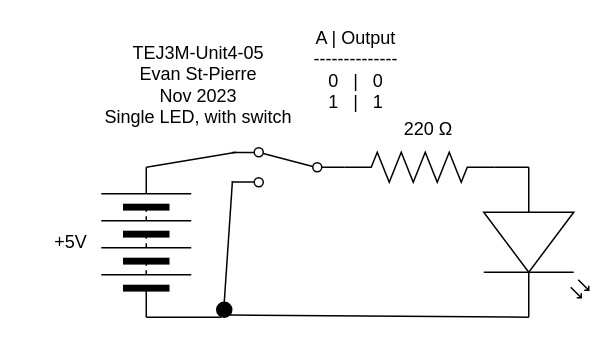
Evan-St-Pierre/TEJ3M-Unit4 keeps this draw.io diagram as Unit4-05/Unit4-05.drawio. Above is the earlier version. Source tidied: cells renumbered, new cells numbered last; positions are measured from the earlier drawing's top-left corner, leaving out a move shared by most shapes. Both pictures are drawn from the tidied source at 150%, with x=0, y=0 at pixel (26, 32).
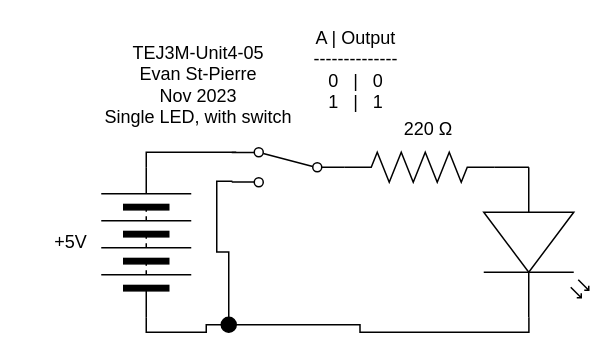
The same page after the edit.

What changed in the source:
```diff
@@
 <mxGraphModel>
   <root>
     <mxCell id="0" />
     <mxCell id="1" parent="0" />
     <mxCell id="2" style="edgeStyle=none;html=1;exitX=1;exitY=0.5;exitDx=0;exitDy=0;exitPerimeter=0;entryX=0;entryY=0.57;entryDx=0;entryDy=0;entryPerimeter=0;endArrow=none;endFill=0;" parent="1" edge="1" source="3" target="4">
       <mxGeometry relative="1" as="geometry" />
     </mxCell>
     <mxCell id="3" style="verticalLabelPosition=bottom;shadow=0;dashed=0;align=center;html=1;verticalAlign=top;shape=mxgraph.electrical.resistors.resistor_2;" parent="1" vertex="1">
       <mxGeometry x="212" y="80" width="100" height="20" as="geometry" />
     </mxCell>
     <mxCell id="4" style="verticalLabelPosition=bottom;shadow=0;dashed=0;align=center;html=1;verticalAlign=top;shape=mxgraph.electrical.opto_electronics.led_2;rotation=90;" parent="1" vertex="1">
       <mxGeometry x="290" y="105" width="100" height="70" as="geometry" />
     </mxCell>
-    <mxCell id="5" style="edgeStyle=none;html=1;exitX=0;exitY=0.5;exitDx=0;exitDy=0;endArrow=none;endFill=0;" parent="1" edge="1" source="7">
-      <mxGeometry relative="1" as="geometry">
-        <mxPoint x="130" y="190" as="targetPoint" />
-      </mxGeometry>
-    </mxCell>
-    <mxCell id="6" style="edgeStyle=none;html=1;exitX=1;exitY=0.5;exitDx=0;exitDy=0;entryX=0.96;entryY=0.115;entryDx=0;entryDy=0;entryPerimeter=0;endArrow=none;endFill=0;" parent="1" edge="1" source="7" target="11">
+    <mxCell id="6" style="edgeStyle=orthogonalEdgeStyle;html=1;exitX=1;exitY=0.5;exitDx=0;exitDy=0;entryX=0.96;entryY=0.115;entryDx=0;entryDy=0;entryPerimeter=0;endArrow=none;endFill=0;rounded=0;" parent="1" edge="1" source="7" target="11">
       <mxGeometry relative="1" as="geometry" />
     </mxCell>
     <mxCell id="7" style="verticalLabelPosition=bottom;shadow=0;dashed=0;align=center;html=1;verticalAlign=top;shape=mxgraph.electrical.miscellaneous.batteryStack;rotation=-90;" parent="1" vertex="1">
       <mxGeometry x="30" y="110" width="100" height="60" as="geometry" />
     </mxCell>
     <mxCell id="8" value="220&amp;nbsp;Ω&amp;nbsp;" style="text;strokeColor=none;align=center;fillColor=none;html=1;verticalAlign=middle;whiteSpace=wrap;rounded=0;" parent="1" vertex="1">
       <mxGeometry x="240" y="50" width="60" height="30" as="geometry" />
     </mxCell>
     <mxCell id="9" value="+5V" style="text;strokeColor=none;align=center;fillColor=none;html=1;verticalAlign=middle;whiteSpace=wrap;rounded=0;" parent="1" vertex="1">
       <mxGeometry y="125" width="60" height="30" as="geometry" />
     </mxCell>
     <mxCell id="10" value="TEJ3M-Unit4-05&lt;br&gt;Evan St-Pierre&lt;br&gt;Nov 2023&lt;br&gt;Single LED, with switch" style="text;strokeColor=none;align=center;fillColor=none;html=1;verticalAlign=middle;whiteSpace=wrap;rounded=0;" parent="1" vertex="1">
       <mxGeometry x="40" width="150" height="70" as="geometry" />
     </mxCell>
     <mxCell id="11" style="shape=mxgraph.electrical.electro-mechanical.twoWaySwitch;elSwitchState=2;flipH=1;" parent="1" vertex="1">
       <mxGeometry x="137" y="77" width="75" height="26" as="geometry" />
     </mxCell>
+    <mxCell id="16" style="edgeStyle=orthogonalEdgeStyle;rounded=0;html=1;exitX=0;exitY=0.5;exitDx=0;exitDy=0;entryX=0;entryY=0.5;entryDx=0;entryDy=0;endArrow=none;endFill=0;" parent="1" edge="1" source="14" target="7">
+      <mxGeometry relative="1" as="geometry">
+        <Array as="points">
+          <mxPoint x="120" y="195" />
+          <mxPoint x="120" y="200" />
+          <mxPoint x="80" y="200" />
+        </Array>
+      </mxGeometry>
+    </mxCell>
-    <mxCell id="12" style="edgeStyle=none;html=1;exitX=0.5;exitY=0;exitDx=0;exitDy=0;entryX=0.994;entryY=0.857;entryDx=0;entryDy=0;entryPerimeter=0;endArrow=none;endFill=0;" parent="1" edge="1" source="14" target="11">
+    <mxCell id="12" style="edgeStyle=orthogonalEdgeStyle;rounded=0;html=1;exitX=0.5;exitY=0;exitDx=0;exitDy=0;entryX=0.994;entryY=0.862;entryDx=0;entryDy=0;entryPerimeter=0;endArrow=none;endFill=0;" parent="1" edge="1" source="14" target="11">
       <mxGeometry relative="1" as="geometry" />
     </mxCell>
-    <mxCell id="13" style="edgeStyle=none;html=1;exitX=1;exitY=1;exitDx=0;exitDy=0;entryX=1;entryY=0.57;entryDx=0;entryDy=0;entryPerimeter=0;endArrow=none;endFill=0;" parent="1" edge="1" source="14" target="4">
+    <mxCell id="13" style="edgeStyle=orthogonalEdgeStyle;rounded=0;html=1;exitX=1;exitY=0.5;exitDx=0;exitDy=0;entryX=1;entryY=0.57;entryDx=0;entryDy=0;entryPerimeter=0;endArrow=none;endFill=0;" parent="1" edge="1" source="14" target="4">
       <mxGeometry relative="1" as="geometry" />
     </mxCell>
     <mxCell id="14" style="ellipse;whiteSpace=wrap;html=1;fillColor=#000000;" parent="1" vertex="1">
-      <mxGeometry x="127" y="180" width="10" height="10" as="geometry" />
+      <mxGeometry x="130" y="190" width="10" height="10" as="geometry" />
     </mxCell>
     <mxCell id="15" value="A | Output&lt;br&gt;--------------&lt;br&gt;0&amp;nbsp; &amp;nbsp;|&amp;nbsp; &amp;nbsp;0&lt;br&gt;1&amp;nbsp; &amp;nbsp;|&amp;nbsp; &amp;nbsp;1" style="text;strokeColor=none;align=center;fillColor=none;html=1;verticalAlign=middle;whiteSpace=wrap;rounded=0;" parent="1" vertex="1">
       <mxGeometry x="190" width="60" height="50" as="geometry" />
     </mxCell>
   </root>
 </mxGraphModel>
```
